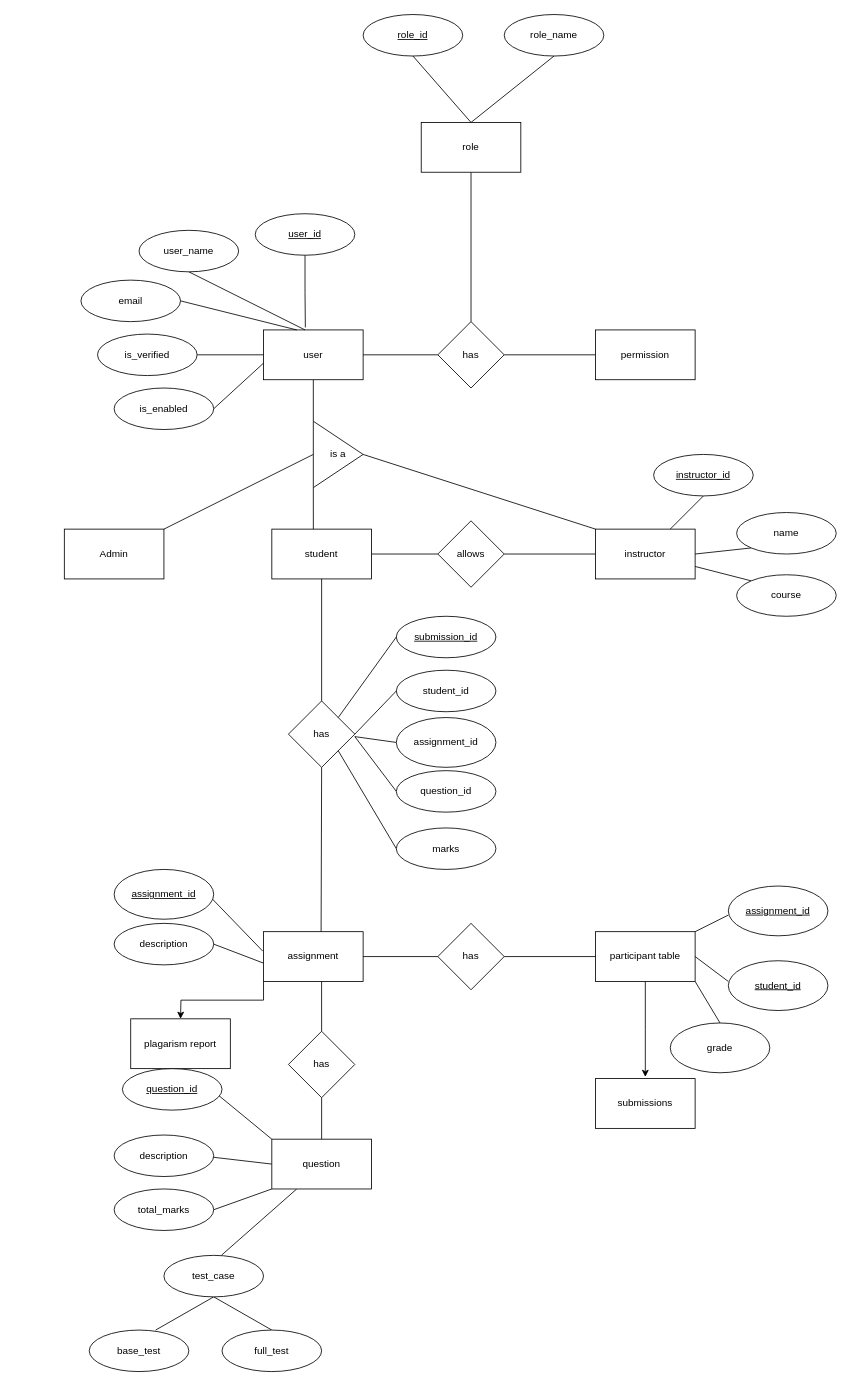
Before: ER Diagram/ER Diagram.drawio in code-grade/documents, a draw.io diagram. Source tidied: cells renumbered, new cells numbered last; positions are measured from the earlier drawing's top-left corner, leaving out a move shared by most shapes. Both pictures are drawn from the tidied source at 83%, with x=0, y=0 at pixel (64, 14).
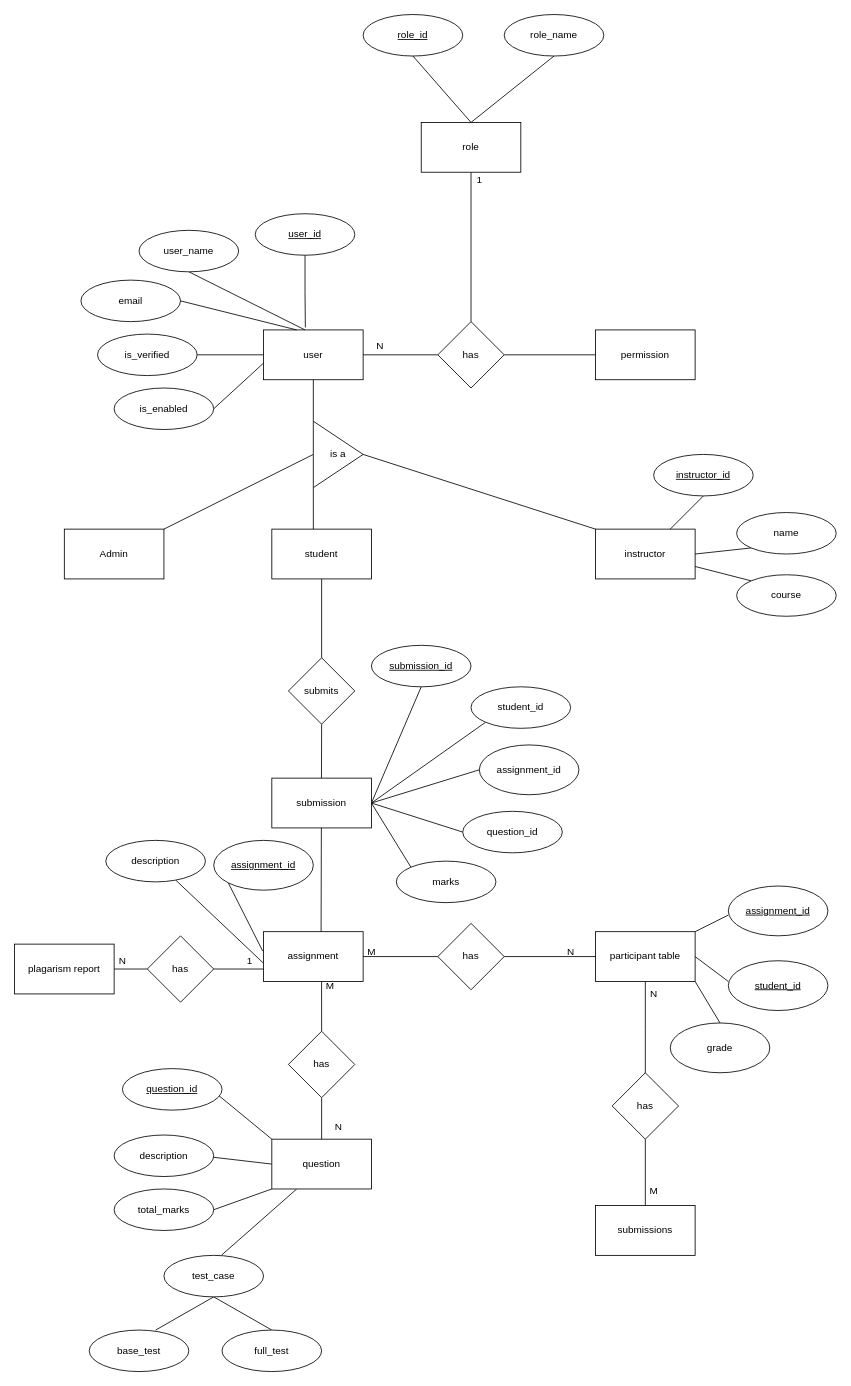
The same page after the edit.

Unchanged cells that the change refers to:
```xml
<mxCell id="2" value="student" style="rounded=0;whiteSpace=wrap;html=1;" parent="1" vertex="1">
  <mxGeometry x="250" y="620" width="120" height="60" as="geometry" />
</mxCell>
<mxCell id="4" value="participant table" style="rounded=0;whiteSpace=wrap;html=1;" parent="1" vertex="1">
  <mxGeometry x="640" y="1105" width="120" height="60" as="geometry" />
</mxCell>
<mxCell id="11" value="assignment" style="rounded=0;whiteSpace=wrap;html=1;" parent="1" vertex="1">
  <mxGeometry x="240" y="1105" width="120" height="60" as="geometry" />
</mxCell>
<mxCell id="12" value="instructor" style="rounded=0;whiteSpace=wrap;html=1;" parent="1" vertex="1">
  <mxGeometry x="640" y="620" width="120" height="60" as="geometry" />
</mxCell>
```

Diff of the diagram source:
```diff
@@
-    <mxCell id="3" style="edgeStyle=orthogonalEdgeStyle;rounded=0;jettySize=auto;html=1;exitX=0.5;exitY=1;exitDx=0;exitDy=0;" parent="1" edge="1" source="4">
+    <mxCell id="3" style="edgeStyle=orthogonalEdgeStyle;rounded=0;jettySize=auto;html=1;exitX=0.5;exitY=1;exitDx=0;exitDy=0;endArrow=none;endFill=0;" parent="1" edge="1" source="4">
       <mxGeometry relative="1" as="geometry">
         <mxPoint x="700" y="1280" as="targetPoint" />
       </mxGeometry>
     </mxCell>
@@
-    <mxCell id="10" style="edgeStyle=orthogonalEdgeStyle;rounded=0;jettySize=auto;html=1;exitX=0;exitY=1;exitDx=0;exitDy=0;" parent="1" edge="1" source="11">
-      <mxGeometry relative="1" as="geometry">
-        <mxPoint x="140" y="1210" as="targetPoint" />
-      </mxGeometry>
+    <mxCell id="10" style="rounded=0;jettySize=auto;html=1;exitX=0;exitY=0.5;exitDx=0;exitDy=0;endArrow=none;endFill=0;entryX=1;entryY=0.5;entryDx=0;entryDy=0;startArrow=none;" parent="1" edge="1" source="96" target="73">
+      <mxGeometry relative="1" as="geometry" />
     </mxCell>
@@
-    <mxCell id="19" style="edgeStyle=none;rounded=0;jettySize=auto;html=1;exitX=1;exitY=0.5;exitDx=0;exitDy=0;entryX=0;entryY=0.5;entryDx=0;entryDy=0;endArrow=none;endFill=0;" parent="1" edge="1" source="21" target="12">
-      <mxGeometry relative="1" as="geometry" />
-    </mxCell>
-    <mxCell id="20" style="edgeStyle=none;rounded=0;jettySize=auto;html=1;exitX=0;exitY=0.5;exitDx=0;exitDy=0;entryX=1;entryY=0.5;entryDx=0;entryDy=0;endArrow=none;endFill=0;" parent="1" edge="1" source="21" target="2">
-      <mxGeometry relative="1" as="geometry" />
-    </mxCell>
-    <mxCell id="21" value="allows" style="rhombus;whiteSpace=wrap;html=1;" parent="1" vertex="1">
-      <mxGeometry x="450" y="610" width="80" height="80" as="geometry" />
-    </mxCell>
@@
-    <mxCell id="24" value="has" style="rhombus;whiteSpace=wrap;html=1;" parent="1" vertex="1">
-      <mxGeometry x="270" y="827" width="80" height="80" as="geometry" />
+    <mxCell id="24" value="submits" style="rhombus;whiteSpace=wrap;html=1;" parent="1" vertex="1">
+      <mxGeometry x="270" y="775" width="80" height="80" as="geometry" />
     </mxCell>
@@
-    <mxCell id="31" style="edgeStyle=none;rounded=0;jettySize=auto;html=1;exitX=1;exitY=0.5;exitDx=0;exitDy=0;entryX=-0.002;entryY=0.63;entryDx=0;entryDy=0;entryPerimeter=0;endArrow=none;endFill=0;" parent="1" edge="1" target="11">
-      <mxGeometry relative="1" as="geometry">
-        <mxPoint x="180" y="1120" as="sourcePoint" />
-      </mxGeometry>
+    <mxCell id="31" style="edgeStyle=none;rounded=0;jettySize=auto;html=1;entryX=-0.002;entryY=0.63;entryDx=0;entryDy=0;entryPerimeter=0;endArrow=none;endFill=0;" parent="1" edge="1" source="32" target="11">
+      <mxGeometry relative="1" as="geometry" />
     </mxCell>
     <mxCell id="32" value="description" style="ellipse;whiteSpace=wrap;html=1;" parent="1" vertex="1">
-      <mxGeometry x="60" y="1095" width="120" height="50" as="geometry" />
+      <mxGeometry x="50" y="995" width="120" height="50" as="geometry" />
     </mxCell>
-    <mxCell id="33" style="edgeStyle=none;rounded=0;jettySize=auto;html=1;exitX=1;exitY=1;exitDx=0;exitDy=0;entryX=-0.008;entryY=0.39;entryDx=0;entryDy=0;entryPerimeter=0;endArrow=none;endFill=0;" parent="1" edge="1" target="11">
-      <mxGeometry relative="1" as="geometry">
-        <mxPoint x="172.9" y="1060" as="sourcePoint" />
-      </mxGeometry>
+    <mxCell id="33" style="edgeStyle=none;rounded=0;jettySize=auto;html=1;exitX=0;exitY=1;exitDx=0;exitDy=0;entryX=-0.008;entryY=0.39;entryDx=0;entryDy=0;entryPerimeter=0;endArrow=none;endFill=0;" parent="1" edge="1" source="34" target="11">
+      <mxGeometry relative="1" as="geometry" />
     </mxCell>
     <mxCell id="34" value="&lt;u&gt;assignment_id&lt;/u&gt;" style="ellipse;whiteSpace=wrap;html=1;" parent="1" vertex="1">
-      <mxGeometry x="60" y="1030" width="120" height="60" as="geometry" />
+      <mxGeometry x="180" y="995" width="120" height="60" as="geometry" />
     </mxCell>
@@
-    <mxCell id="63" style="edgeStyle=none;rounded=0;jettySize=auto;html=1;exitX=0;exitY=0.5;exitDx=0;exitDy=0;entryX=1;entryY=0;entryDx=0;entryDy=0;endArrow=none;endFill=0;" parent="1" edge="1" source="64" target="24">
-      <mxGeometry relative="1" as="geometry" />
-    </mxCell>
+    <mxCell id="88" style="edgeStyle=none;rounded=0;jettySize=auto;html=1;exitX=0.5;exitY=1;exitDx=0;exitDy=0;entryX=1;entryY=0.5;entryDx=0;entryDy=0;endArrow=none;endFill=0;" parent="1" edge="1" source="64" target="93">
+      <mxGeometry relative="1" as="geometry" />
+    </mxCell>
     <mxCell id="64" value="&lt;u&gt;submission_id&lt;/u&gt;" style="ellipse;whiteSpace=wrap;html=1;" parent="1" vertex="1">
-      <mxGeometry x="400" y="725" width="120" height="50" as="geometry" />
+      <mxGeometry x="370" y="760" width="120" height="50" as="geometry" />
     </mxCell>
-    <mxCell id="65" style="edgeStyle=none;rounded=0;jettySize=auto;html=1;exitX=0;exitY=0.5;exitDx=0;exitDy=0;entryX=1;entryY=0.5;entryDx=0;entryDy=0;endArrow=none;endFill=0;" parent="1" edge="1" source="66" target="24">
-      <mxGeometry relative="1" as="geometry" />
-    </mxCell>
+    <mxCell id="89" style="edgeStyle=none;rounded=0;jettySize=auto;html=1;exitX=0;exitY=1;exitDx=0;exitDy=0;endArrow=none;endFill=0;entryX=1;entryY=0.5;entryDx=0;entryDy=0;" parent="1" edge="1" source="66" target="93">
+      <mxGeometry relative="1" as="geometry" />
+    </mxCell>
     <mxCell id="66" value="student_id" style="ellipse;whiteSpace=wrap;html=1;" parent="1" vertex="1">
-      <mxGeometry x="400" y="790" width="120" height="50" as="geometry" />
+      <mxGeometry x="490" y="810" width="120" height="50" as="geometry" />
     </mxCell>
-    <mxCell id="67" style="edgeStyle=none;rounded=0;jettySize=auto;html=1;exitX=0;exitY=0.5;exitDx=0;exitDy=0;endArrow=none;endFill=0;" parent="1" edge="1" source="68">
-      <mxGeometry relative="1" as="geometry">
-        <mxPoint x="350" y="870" as="targetPoint" />
-      </mxGeometry>
-    </mxCell>
+    <mxCell id="90" style="edgeStyle=none;rounded=0;jettySize=auto;html=1;exitX=0;exitY=0.5;exitDx=0;exitDy=0;endArrow=none;endFill=0;" parent="1" edge="1" source="68">
+      <mxGeometry relative="1" as="geometry">
+        <mxPoint x="370" y="950" as="targetPoint" />
+      </mxGeometry>
+    </mxCell>
     <mxCell id="68" value="question_id" style="ellipse;whiteSpace=wrap;html=1;" parent="1" vertex="1">
-      <mxGeometry x="400" y="911" width="120" height="50" as="geometry" />
+      <mxGeometry x="480" y="960" width="120" height="50" as="geometry" />
     </mxCell>
-    <mxCell id="69" style="edgeStyle=none;rounded=0;jettySize=auto;html=1;exitX=0;exitY=0.5;exitDx=0;exitDy=0;endArrow=none;endFill=0;" parent="1" edge="1" source="70">
-      <mxGeometry relative="1" as="geometry">
-        <mxPoint x="350" y="870" as="targetPoint" />
-      </mxGeometry>
-    </mxCell>
     <mxCell id="70" value="assignment_id" style="ellipse;whiteSpace=wrap;html=1;" parent="1" vertex="1">
-      <mxGeometry x="400" y="847" width="120" height="60" as="geometry" />
+      <mxGeometry x="500" y="880" width="120" height="60" as="geometry" />
     </mxCell>
-    <mxCell id="71" style="edgeStyle=none;rounded=0;jettySize=auto;html=1;exitX=0;exitY=0.5;exitDx=0;exitDy=0;entryX=1;entryY=1;entryDx=0;entryDy=0;endArrow=none;endFill=0;" parent="1" edge="1" source="72" target="24">
-      <mxGeometry relative="1" as="geometry" />
-    </mxCell>
+    <mxCell id="91" style="edgeStyle=none;rounded=0;jettySize=auto;html=1;exitX=0;exitY=0;exitDx=0;exitDy=0;entryX=1;entryY=0.5;entryDx=0;entryDy=0;endArrow=none;endFill=0;" parent="1" edge="1" source="72" target="93">
+      <mxGeometry relative="1" as="geometry" />
+    </mxCell>
     <mxCell id="72" value="marks" style="ellipse;whiteSpace=wrap;html=1;" parent="1" vertex="1">
-      <mxGeometry x="400" y="980" width="120" height="50" as="geometry" />
+      <mxGeometry x="400" y="1020" width="120" height="50" as="geometry" />
     </mxCell>
     <mxCell id="73" value="plagarism report" style="rounded=0;whiteSpace=wrap;html=1;" parent="1" vertex="1">
-      <mxGeometry x="80" y="1210" width="120" height="60" as="geometry" />
+      <mxGeometry x="-60" y="1120" width="120" height="60" as="geometry" />
     </mxCell>
     <mxCell id="74" value="submissions" style="rounded=0;whiteSpace=wrap;html=1;" parent="1" vertex="1">
-      <mxGeometry x="640" y="1282" width="120" height="60" as="geometry" />
+      <mxGeometry x="640" y="1435" width="120" height="60" as="geometry" />
     </mxCell>
@@
+    <mxCell id="92" style="edgeStyle=none;rounded=0;jettySize=auto;html=1;exitX=1;exitY=0.5;exitDx=0;exitDy=0;entryX=0;entryY=0.5;entryDx=0;entryDy=0;endArrow=none;endFill=0;" parent="1" edge="1" source="93" target="70">
+      <mxGeometry relative="1" as="geometry" />
+    </mxCell>
+    <mxCell id="93" value="submission" style="rounded=0;whiteSpace=wrap;html=1;" parent="1" vertex="1">
+      <mxGeometry x="250" y="920" width="120" height="60" as="geometry" />
+    </mxCell>
+    <mxCell id="94" style="edgeStyle=orthogonalEdgeStyle;rounded=0;jettySize=auto;html=1;exitX=0.5;exitY=1;exitDx=0;exitDy=0;entryX=0.5;entryY=0;entryDx=0;entryDy=0;endArrow=none;endFill=0;" parent="1" edge="1" source="95" target="74">
+      <mxGeometry relative="1" as="geometry" />
+    </mxCell>
+    <mxCell id="95" value="has" style="rhombus;whiteSpace=wrap;html=1;" parent="1" vertex="1">
+      <mxGeometry x="660" y="1275" width="80" height="80" as="geometry" />
+    </mxCell>
+    <mxCell id="96" value="has" style="rhombus;whiteSpace=wrap;html=1;" parent="1" vertex="1">
+      <mxGeometry x="100" y="1110" width="80" height="80" as="geometry" />
+    </mxCell>
+    <mxCell id="97" style="rounded=0;jettySize=auto;html=1;exitX=0;exitY=0.75;exitDx=0;exitDy=0;endArrow=none;endFill=0;entryX=1;entryY=0.5;entryDx=0;entryDy=0;" parent="1" edge="1" source="11" target="96">
+      <mxGeometry relative="1" as="geometry" />
+    </mxCell>
+    <mxCell id="98" value="N" style="text;html=1;align=center;verticalAlign=middle;strokeColor=none;" parent="1" vertex="1">
+      <mxGeometry x="370" y="390" width="20" height="20" as="geometry" />
+    </mxCell>
+    <mxCell id="99" value="1" style="text;html=1;align=center;verticalAlign=middle;strokeColor=none;" parent="1" vertex="1">
+      <mxGeometry x="490" y="190" width="20" height="20" as="geometry" />
+    </mxCell>
+    <mxCell id="100" value="1" style="text;html=1;align=center;verticalAlign=middle;strokeColor=none;" parent="1" vertex="1">
+      <mxGeometry x="213" y="1130" width="20" height="20" as="geometry" />
+    </mxCell>
+    <mxCell id="101" value="N" style="text;html=1;align=center;verticalAlign=middle;strokeColor=none;" parent="1" vertex="1">
+      <mxGeometry x="60" y="1130" width="20" height="20" as="geometry" />
+    </mxCell>
+    <mxCell id="102" value="N" style="text;html=1;align=center;verticalAlign=middle;strokeColor=none;" parent="1" vertex="1">
+      <mxGeometry x="700" y="1170" width="20" height="20" as="geometry" />
+    </mxCell>
+    <mxCell id="103" value="M" style="text;html=1;align=center;verticalAlign=middle;strokeColor=none;" parent="1" vertex="1">
+      <mxGeometry x="695" y="1407" width="30" height="20" as="geometry" />
+    </mxCell>
+    <mxCell id="104" value="N" style="text;html=1;align=center;verticalAlign=middle;strokeColor=none;" parent="1" vertex="1">
+      <mxGeometry x="600" y="1120" width="20" height="20" as="geometry" />
+    </mxCell>
+    <mxCell id="105" value="M" style="text;html=1;align=center;verticalAlign=middle;strokeColor=none;" parent="1" vertex="1">
+      <mxGeometry x="355" y="1120" width="30" height="20" as="geometry" />
+    </mxCell>
+    <mxCell id="106" value="M" style="text;html=1;align=center;verticalAlign=middle;strokeColor=none;" parent="1" vertex="1">
+      <mxGeometry x="305" y="1160" width="30" height="20" as="geometry" />
+    </mxCell>
+    <mxCell id="107" value="N" style="text;html=1;align=center;verticalAlign=middle;strokeColor=none;" parent="1" vertex="1">
+      <mxGeometry x="320" y="1330" width="20" height="20" as="geometry" />
+    </mxCell>
```
